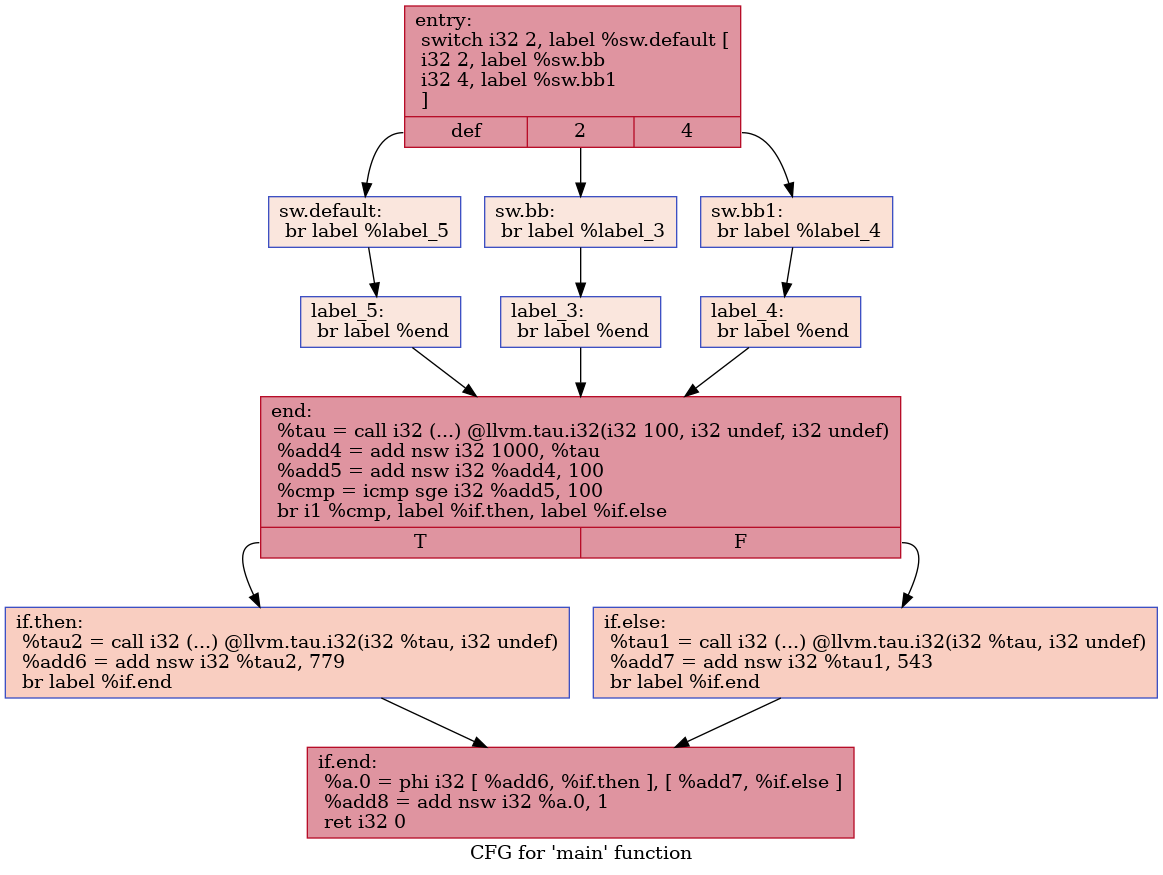
This is IR/cfg/specSCCP_HPSSA.dot.png from HPSSA-LLVM/HPSSA-LLVM, a Graphviz export, as it was before one commit. Its source is kept beside it as IR/cfg/specSCCP_HPSSA.dot.
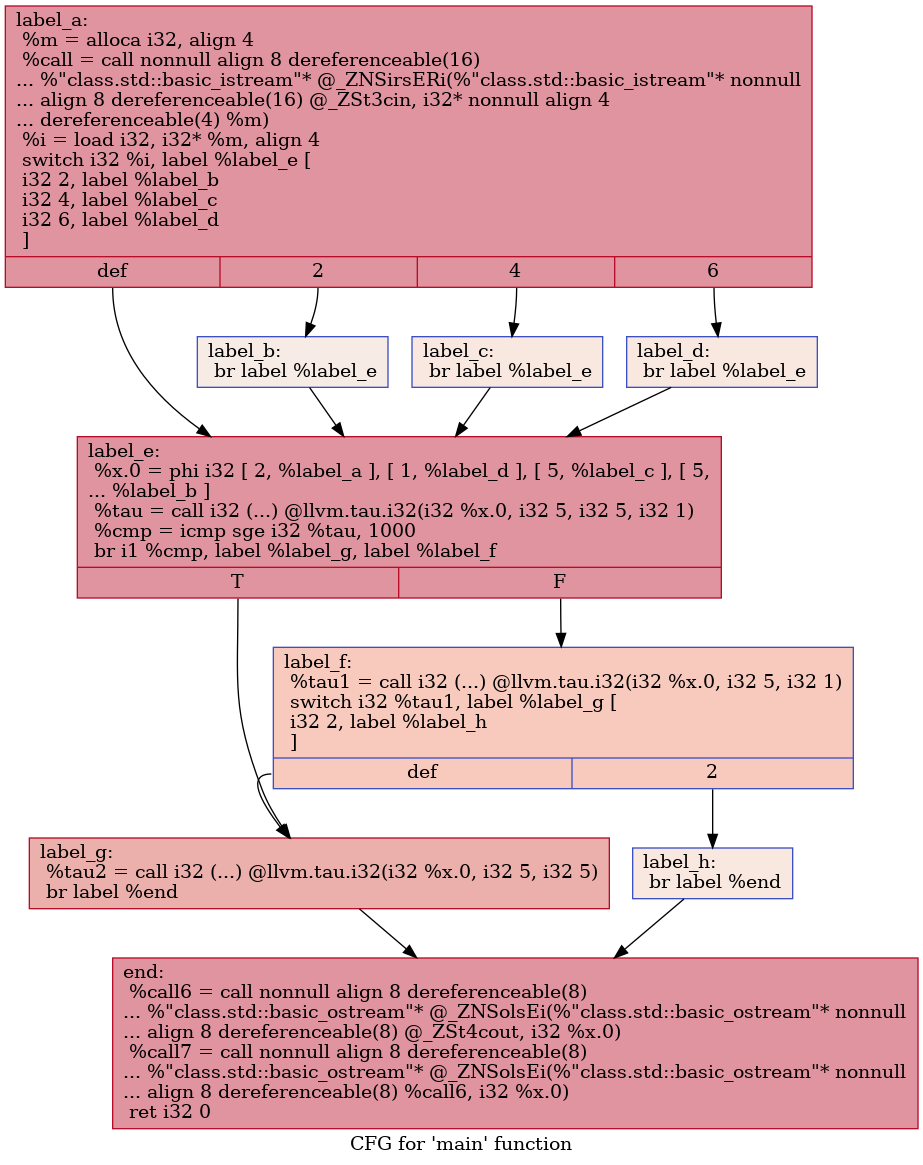
After the change.

Diff of the diagram source:
```diff
@@ -1,28 +1,26 @@
 digraph "CFG for 'main' function" {
 	label="CFG for 'main' function";
 
-	Node0x559067cb18f0 [shape=record,color="#b70d28ff", style=filled, fillcolor="#b70d2870",label="{entry:\l  switch i32 2, label %sw.default [\l    i32 2, label %sw.bb\l    i32 4, label %sw.bb1\l  ]\l|{<s0>def|<s1>2|<s2>4}}"];
-	Node0x559067cb18f0:s0 -> Node0x559067cb1a20;
-	Node0x559067cb18f0:s1 -> Node0x559067cb1aa0;
-	Node0x559067cb18f0:s2 -> Node0x559067cb1b40;
-	Node0x559067cb1aa0 [shape=record,color="#3d50c3ff", style=filled, fillcolor="#f3c7b170",label="{sw.bb:                                            \l  br label %label_3\l}"];
-	Node0x559067cb1aa0 -> Node0x559067cb1cd0;
-	Node0x559067cb1b40 [shape=record,color="#3d50c3ff", style=filled, fillcolor="#f7bca170",label="{sw.bb1:                                           \l  br label %label_4\l}"];
-	Node0x559067cb1b40 -> Node0x559067cb1db0;
-	Node0x559067cb1a20 [shape=record,color="#3d50c3ff", style=filled, fillcolor="#f3c7b170",label="{sw.default:                                       \l  br label %label_5\l}"];
-	Node0x559067cb1a20 -> Node0x559067cb1e90;
-	Node0x559067cb1cd0 [shape=record,color="#3d50c3ff", style=filled, fillcolor="#f3c7b170",label="{label_3:                                          \l  br label %end\l}"];
-	Node0x559067cb1cd0 -> Node0x559067cb1f70;
-	Node0x559067cb1db0 [shape=record,color="#3d50c3ff", style=filled, fillcolor="#f7bca170",label="{label_4:                                          \l  br label %end\l}"];
-	Node0x559067cb1db0 -> Node0x559067cb1f70;
-	Node0x559067cb1e90 [shape=record,color="#3d50c3ff", style=filled, fillcolor="#f3c7b170",label="{label_5:                                          \l  br label %end\l}"];
-	Node0x559067cb1e90 -> Node0x559067cb1f70;
-	Node0x559067cb1f70 [shape=record,color="#b70d28ff", style=filled, fillcolor="#b70d2870",label="{end:                                              \l  %tau = call i32 (...) @llvm.tau.i32(i32 100, i32 undef, i32 undef)\l  %add4 = add nsw i32 1000, %tau\l  %add5 = add nsw i32 %add4, 100\l  %cmp = icmp sge i32 %add5, 100\l  br i1 %cmp, label %if.then, label %if.else\l|{<s0>T|<s1>F}}"];
-	Node0x559067cb1f70:s0 -> Node0x559067cb2900;
-	Node0x559067cb1f70:s1 -> Node0x559067cb2b10;
-	Node0x559067cb2900 [shape=record,color="#3d50c3ff", style=filled, fillcolor="#f2907270",label="{if.then:                                          \l  %tau2 = call i32 (...) @llvm.tau.i32(i32 %tau, i32 undef)\l  %add6 = add nsw i32 %tau2, 779\l  br label %if.end\l}"];
-	Node0x559067cb2900 -> Node0x559067cb2e40;
-	Node0x559067cb2b10 [shape=record,color="#3d50c3ff", style=filled, fillcolor="#f2907270",label="{if.else:                                          \l  %tau1 = call i32 (...) @llvm.tau.i32(i32 %tau, i32 undef)\l  %add7 = add nsw i32 %tau1, 543\l  br label %if.end\l}"];
-	Node0x559067cb2b10 -> Node0x559067cb2e40;
-	Node0x559067cb2e40 [shape=record,color="#b70d28ff", style=filled, fillcolor="#b70d2870",label="{if.end:                                           \l  %a.0 = phi i32 [ %add6, %if.then ], [ %add7, %if.else ]\l  %add8 = add nsw i32 %a.0, 1\l  ret i32 0\l}"];
+	Node0x55c26d243f50 [shape=record,color="#b70d28ff", style=filled, fillcolor="#b70d2870",label="{label_a:\l  %m = alloca i32, align 4\l  %call = call nonnull align 8 dereferenceable(16)\l... %\"class.std::basic_istream\"* @_ZNSirsERi(%\"class.std::basic_istream\"* nonnull\l... align 8 dereferenceable(16) @_ZSt3cin, i32* nonnull align 4\l... dereferenceable(4) %m)\l  %i = load i32, i32* %m, align 4\l  switch i32 %i, label %label_e [\l    i32 2, label %label_b\l    i32 4, label %label_c\l    i32 6, label %label_d\l  ]\l|{<s0>def|<s1>2|<s2>4|<s3>6}}"];
+	Node0x55c26d243f50:s0 -> Node0x55c26d244390;
+	Node0x55c26d243f50:s1 -> Node0x55c26d244490;
+	Node0x55c26d243f50:s2 -> Node0x55c26d244590;
+	Node0x55c26d243f50:s3 -> Node0x55c26d244690;
+	Node0x55c26d244490 [shape=record,color="#3d50c3ff", style=filled, fillcolor="#ecd3c570",label="{label_b:                                          \l  br label %label_e\l}"];
+	Node0x55c26d244490 -> Node0x55c26d244390;
+	Node0x55c26d244590 [shape=record,color="#3d50c3ff", style=filled, fillcolor="#f1ccb870",label="{label_c:                                          \l  br label %label_e\l}"];
+	Node0x55c26d244590 -> Node0x55c26d244390;
+	Node0x55c26d244690 [shape=record,color="#3d50c3ff", style=filled, fillcolor="#f1ccb870",label="{label_d:                                          \l  br label %label_e\l}"];
+	Node0x55c26d244690 -> Node0x55c26d244390;
+	Node0x55c26d244390 [shape=record,color="#b70d28ff", style=filled, fillcolor="#b70d2870",label="{label_e:                                          \l  %x.0 = phi i32 [ 2, %label_a ], [ 1, %label_d ], [ 5, %label_c ], [ 5,\l... %label_b ]\l  %tau = call i32 (...) @llvm.tau.i32(i32 %x.0, i32 5, i32 5, i32 1)\l  %cmp = icmp sge i32 %tau, 1000\l  br i1 %cmp, label %label_g, label %label_f\l|{<s0>T|<s1>F}}"];
+	Node0x55c26d244390:s0 -> Node0x55c26d244d60;
+	Node0x55c26d244390:s1 -> Node0x55c26d244dd0;
+	Node0x55c26d244dd0 [shape=record,color="#3d50c3ff", style=filled, fillcolor="#ef886b70",label="{label_f:                                          \l  %tau1 = call i32 (...) @llvm.tau.i32(i32 %x.0, i32 5, i32 1)\l  switch i32 %tau1, label %label_g [\l    i32 2, label %label_h\l  ]\l|{<s0>def|<s1>2}}"];
+	Node0x55c26d244dd0:s0 -> Node0x55c26d244d60;
+	Node0x55c26d244dd0:s1 -> Node0x55c26d245100;
+	Node0x55c26d244d60 [shape=record,color="#b70d28ff", style=filled, fillcolor="#d24b4070",label="{label_g:                                          \l  %tau2 = call i32 (...) @llvm.tau.i32(i32 %x.0, i32 5, i32 5)\l  br label %end\l}"];
+	Node0x55c26d244d60 -> Node0x55c26d2452c0;
+	Node0x55c26d245100 [shape=record,color="#3d50c3ff", style=filled, fillcolor="#f1ccb870",label="{label_h:                                          \l  br label %end\l}"];
+	Node0x55c26d245100 -> Node0x55c26d2452c0;
+	Node0x55c26d2452c0 [shape=record,color="#b70d28ff", style=filled, fillcolor="#b70d2870",label="{end:                                              \l  %call6 = call nonnull align 8 dereferenceable(8)\l... %\"class.std::basic_ostream\"* @_ZNSolsEi(%\"class.std::basic_ostream\"* nonnull\l... align 8 dereferenceable(8) @_ZSt4cout, i32 %x.0)\l  %call7 = call nonnull align 8 dereferenceable(8)\l... %\"class.std::basic_ostream\"* @_ZNSolsEi(%\"class.std::basic_ostream\"* nonnull\l... align 8 dereferenceable(8) %call6, i32 %x.0)\l  ret i32 0\l}"];
 }
```
